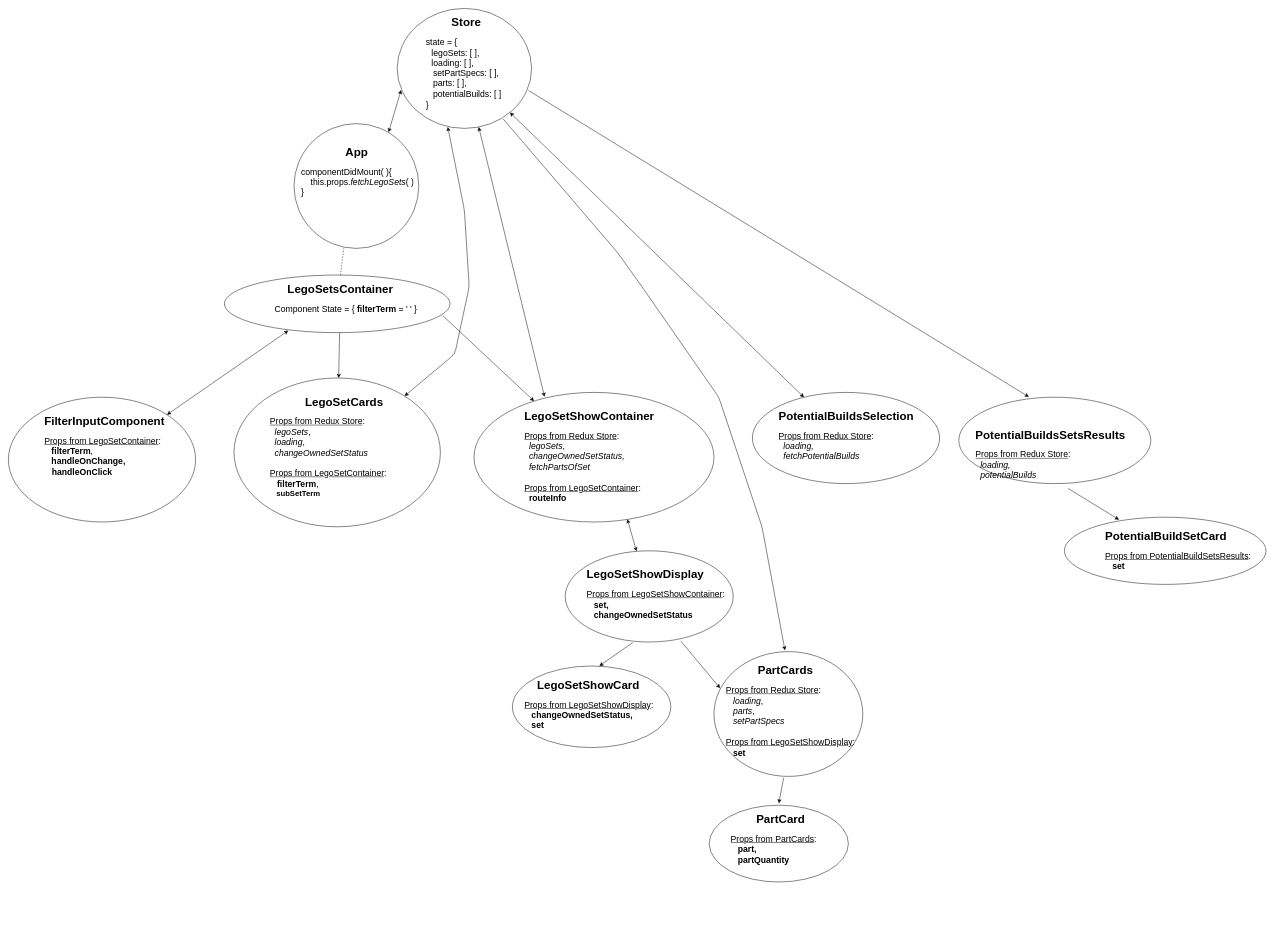
DavidRMorphew/my-bricks-app-frontend keeps this draw.io diagram as StateTreeDiagram.drawio. Above is the earlier version. Source tidied: cells renumbered, new cells numbered last; positions are measured from the earlier drawing's top-left corner, leaving out a move shared by most shapes. Both pictures are drawn from the tidied source at 48%, with x=0, y=0 at pixel (8, 8).
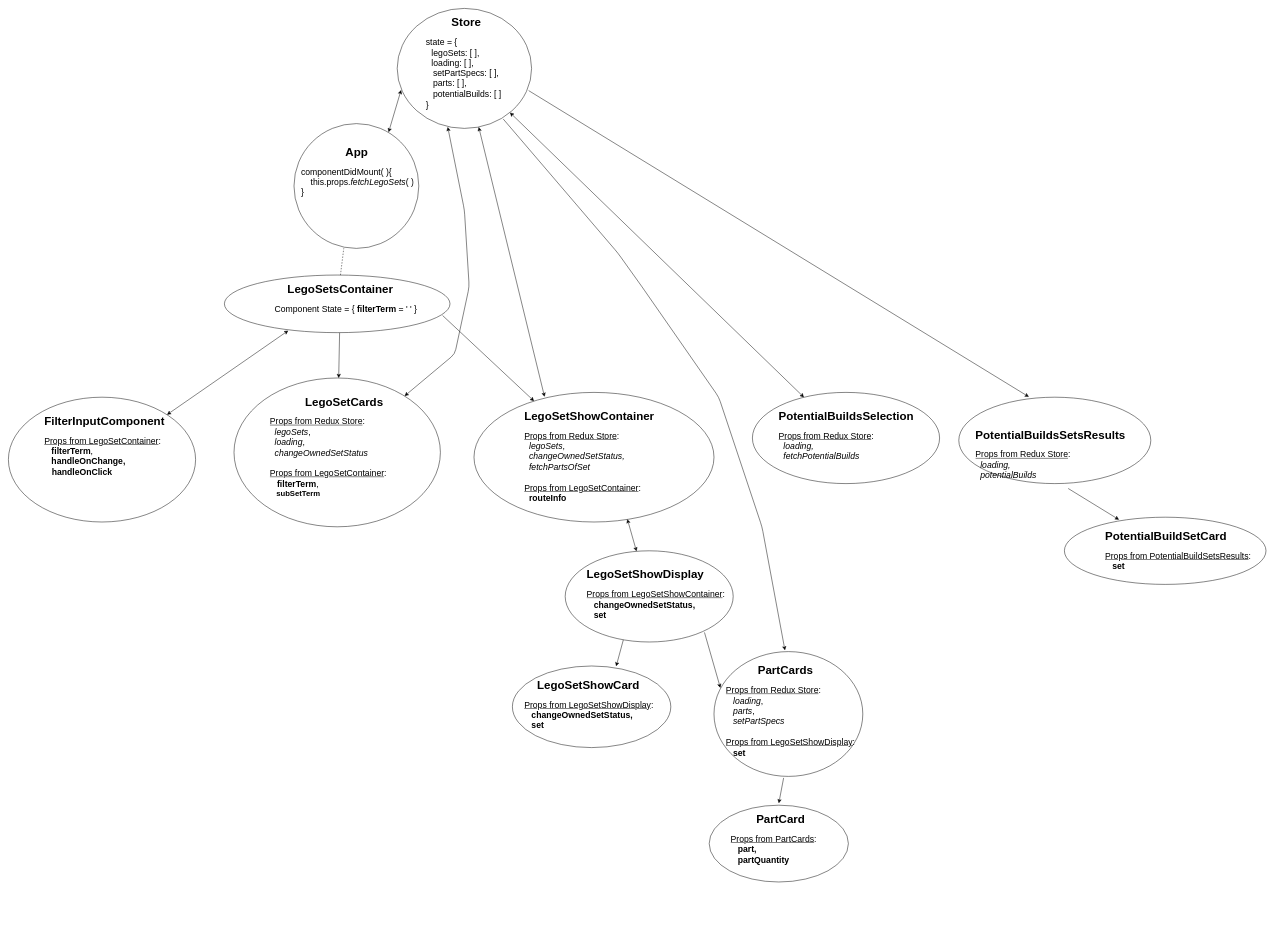
After the change.

The change refers to these unchanged cells:
```xml
<mxCell id="31" style="ellipse;whiteSpace=wrap;html=1;" parent="1" vertex="1">
  <mxGeometry x="1160" y="1130" width="350" height="190" as="geometry" />
</mxCell>
<mxCell id="34" style="ellipse;whiteSpace=wrap;html=1;" parent="1" vertex="1">
  <mxGeometry x="1470" y="1340" width="310" height="260" as="geometry" />
</mxCell>
<mxCell id="35" style="ellipse;whiteSpace=wrap;html=1;" parent="1" vertex="1">
  <mxGeometry x="1050" y="1370" width="330" height="170" as="geometry" />
</mxCell>
```

Change to the diagram source:
```diff
@@
-    <mxCell id="32" value="&lt;h1&gt;LegoSetShowDisplay&lt;/h1&gt;&lt;div&gt;&lt;div&gt;&lt;font style=&quot;font-size: 18px&quot;&gt;&lt;u&gt;Props from LegoSetShowContainer&lt;/u&gt;:&lt;i&gt;&lt;br&gt;&lt;/i&gt;&lt;/font&gt;&lt;/div&gt;&lt;/div&gt;&lt;div&gt;&lt;font style=&quot;font-size: 18px&quot;&gt;&amp;nbsp; &amp;nbsp;&lt;b&gt;set,&lt;/b&gt;&lt;/font&gt;&lt;/div&gt;&lt;div&gt;&lt;font style=&quot;font-size: 18px&quot;&gt;&lt;b&gt;&amp;nbsp; &amp;nbsp;changeOwnedSetStatus&lt;/b&gt;&lt;/font&gt;&lt;/div&gt;&lt;div&gt;&lt;font style=&quot;font-size: 18px&quot;&gt;&lt;b&gt;&lt;br&gt;&lt;/b&gt;&lt;/font&gt;&lt;/div&gt;&lt;div&gt;&lt;font style=&quot;font-size: 18px&quot;&gt;&lt;br&gt;&lt;/font&gt;&lt;/div&gt;" style="text;html=1;strokeColor=none;fillColor=none;spacing=5;spacingTop=-20;whiteSpace=wrap;overflow=hidden;rounded=0;" parent="1" vertex="1">
-      <mxGeometry x="1200" y="1160" width="320" height="150" as="geometry" />
+    <mxCell id="32" value="&lt;h1&gt;LegoSetShowDisplay&lt;/h1&gt;&lt;div&gt;&lt;div&gt;&lt;font style=&quot;font-size: 18px&quot;&gt;&lt;u&gt;Props from LegoSetShowContainer&lt;/u&gt;:&lt;/font&gt;&lt;/div&gt;&lt;/div&gt;&lt;div&gt;&lt;font style=&quot;font-size: 18px&quot;&gt;&lt;b&gt;&amp;nbsp; &amp;nbsp;changeOwnedSetStatus,&lt;/b&gt;&lt;/font&gt;&lt;/div&gt;&lt;div&gt;&lt;font style=&quot;font-size: 18px&quot;&gt;&lt;b&gt;&amp;nbsp; &amp;nbsp;set&lt;/b&gt;&lt;/font&gt;&lt;/div&gt;&lt;div&gt;&lt;font style=&quot;font-size: 18px&quot;&gt;&lt;b&gt;&lt;br&gt;&lt;/b&gt;&lt;/font&gt;&lt;/div&gt;&lt;div&gt;&lt;font style=&quot;font-size: 18px&quot;&gt;&lt;br&gt;&lt;/font&gt;&lt;/div&gt;" style="text;html=1;strokeColor=none;fillColor=none;spacing=5;spacingTop=-20;whiteSpace=wrap;overflow=hidden;rounded=0;" parent="1" vertex="1">
+      <mxGeometry x="1200" y="1160" width="300" height="120" as="geometry" />
     </mxCell>
@@
-    <mxCell id="37" style="endArrow=classic;html=1;entryX=0.549;entryY=0;entryDx=0;entryDy=0;entryPerimeter=0;exitX=0.402;exitY=1.006;exitDx=0;exitDy=0;exitPerimeter=0;" parent="1" edge="1" source="31" target="35">
+    <mxCell id="37" style="endArrow=classic;html=1;entryX=0.655;entryY=0.004;entryDx=0;entryDy=0;entryPerimeter=0;exitX=0.346;exitY=0.977;exitDx=0;exitDy=0;exitPerimeter=0;" parent="1" edge="1" source="31" target="35">
       <mxGeometry relative="1" as="geometry" />
     </mxCell>
@@
-    <mxCell id="40" style="endArrow=classic;html=1;entryX=0.041;entryY=0.293;entryDx=0;entryDy=0;entryPerimeter=0;exitX=0.688;exitY=0.99;exitDx=0;exitDy=0;exitPerimeter=0;" parent="1" edge="1" source="31" target="34">
+    <mxCell id="40" style="endArrow=classic;html=1;entryX=0.043;entryY=0.291;entryDx=0;entryDy=0;entryPerimeter=0;exitX=0.829;exitY=0.895;exitDx=0;exitDy=0;exitPerimeter=0;" parent="1" edge="1" source="31" target="34">
       <mxGeometry relative="1" as="geometry" />
     </mxCell>
```
